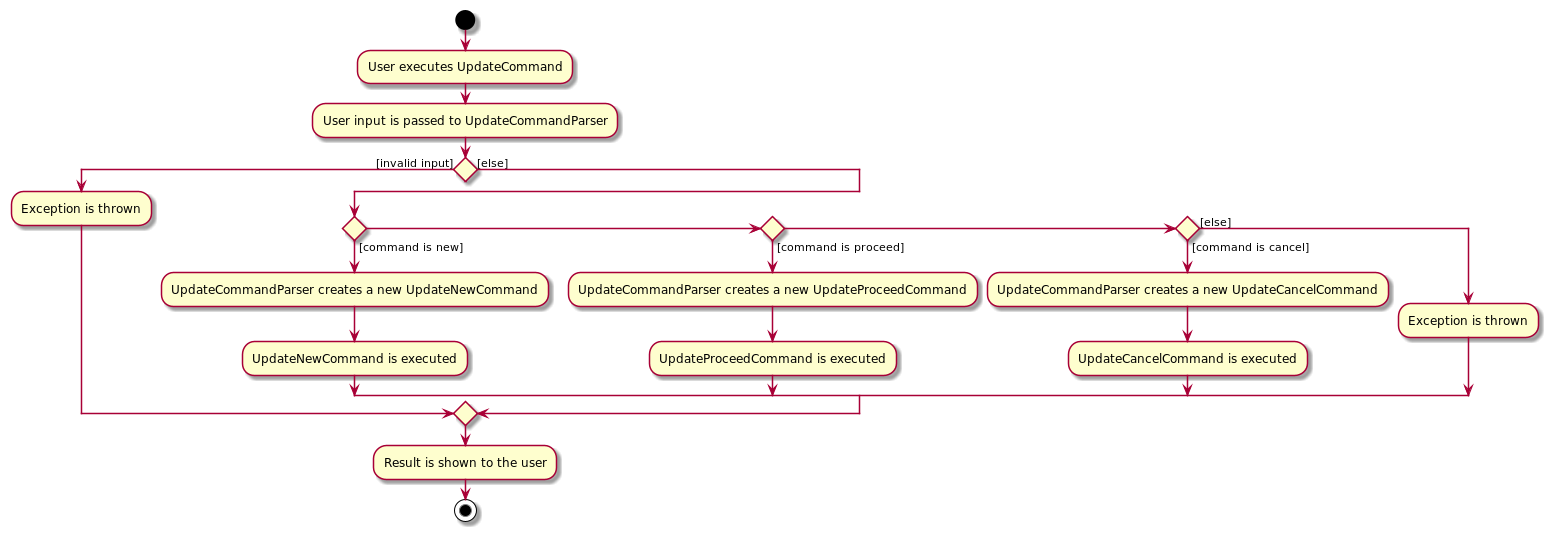
The PlantUML diagram docs/images/UpdateActivityDiagram.png in nus-cs2103-AY2021S2/tp, before a commit. Source of this version:
```plantuml
@startuml
start
:User executes UpdateCommand;


:User input is passed to UpdateCommandParser;

if () then ([invalid input])
    :Exception is thrown;
else ([else])
    if () then ([command is new])
        :UpdateCommandParser creates a new UpdateNewCommand;
        :UpdateNewCommand is executed;
    else if () then ([command is proceed])
        :UpdateCommandParser creates a new UpdateProceedCommand;
        :UpdateProceedCommand is executed;
    else if () then ([command is cancel])
        :UpdateCommandParser creates a new UpdateCancelCommand;
        :UpdateCancelCommand is executed;
    else ([else])
        :Exception is thrown;
    endif
endif
:Result is shown to the user;
stop
@enduml
```
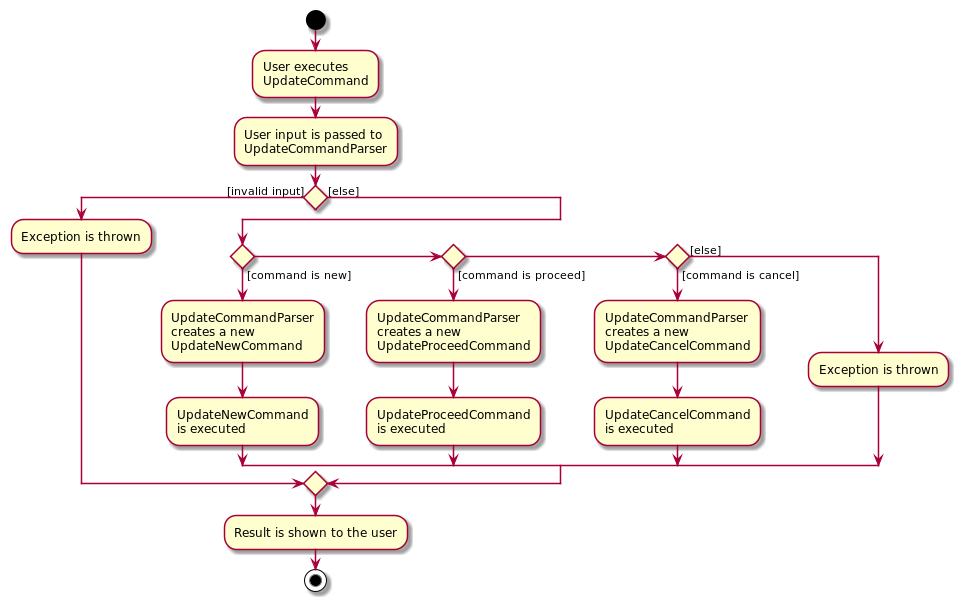
Later version of the same file.

Commit message:
Make update activity diagram larger

Diff of the diagram source:
```diff
@@ -1,22 +1,33 @@
 @startuml
 start
-:User executes UpdateCommand;
+:User executes
+UpdateCommand;
 
 
-:User input is passed to UpdateCommandParser;
+:User input is passed to
+UpdateCommandParser;
 
 if () then ([invalid input])
     :Exception is thrown;
 else ([else])
     if () then ([command is new])
-        :UpdateCommandParser creates a new UpdateNewCommand;
-        :UpdateNewCommand is executed;
+        :UpdateCommandParser
+        creates a new
+        UpdateNewCommand;
+        :UpdateNewCommand
+        is executed;
     else if () then ([command is proceed])
-        :UpdateCommandParser creates a new UpdateProceedCommand;
-        :UpdateProceedCommand is executed;
+        :UpdateCommandParser
+        creates a new
+        UpdateProceedCommand;
+        :UpdateProceedCommand
+        is executed;
     else if () then ([command is cancel])
-        :UpdateCommandParser creates a new UpdateCancelCommand;
-        :UpdateCancelCommand is executed;
+        :UpdateCommandParser
+        creates a new
+        UpdateCancelCommand;
+        :UpdateCancelCommand
+        is executed;
     else ([else])
         :Exception is thrown;
     endif
```
